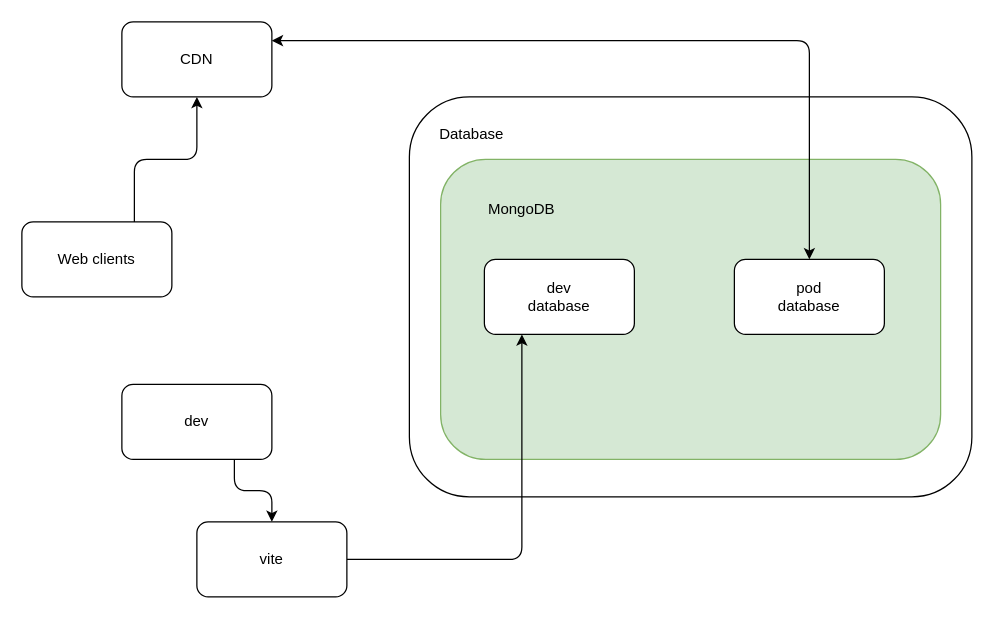
Before: img/architecture.drawio in realgolf/web, a draw.io diagram. Source tidied: cells renumbered, new cells numbered last; positions are measured from the earlier drawing's top-left corner, leaving out a move shared by most shapes. Both pictures are drawn from the tidied source at 125%, with x=0, y=0 at pixel (21, 21).
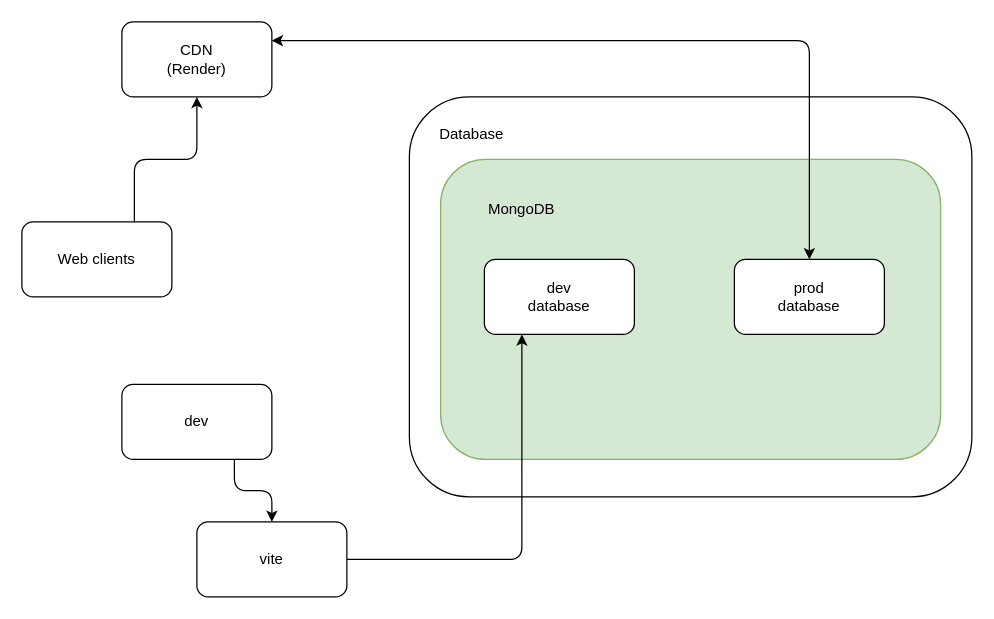
After the change.

The change refers to these unchanged cells:
```xml
<mxCell id="5" style="group;" parent="1" vertex="1">
  <mxGeometry x="80" width="120" height="60" as="geometry" />
</mxCell>
```

The edit, as a diff of the source:
```diff
@@
-    <mxCell id="7" value="CDN" style="text;html=1;strokeColor=none;fillColor=none;align=center;verticalAlign=middle;whiteSpace=wrap;rounded=0;" parent="5" vertex="1">
+    <mxCell id="7" value="CDN (Render)" style="text;html=1;strokeColor=none;fillColor=none;align=center;verticalAlign=middle;whiteSpace=wrap;rounded=0;" parent="5" vertex="1">
       <mxGeometry x="30" y="15" width="60" height="30" as="geometry" />
     </mxCell>
@@
-    <mxCell id="17" value="pod database" style="text;html=1;strokeColor=none;fillColor=none;align=center;verticalAlign=middle;whiteSpace=wrap;rounded=0;" parent="1" vertex="1">
+    <mxCell id="17" value="prod database" style="text;html=1;strokeColor=none;fillColor=none;align=center;verticalAlign=middle;whiteSpace=wrap;rounded=0;" parent="1" vertex="1">
       <mxGeometry x="600" y="205" width="60" height="30" as="geometry" />
     </mxCell>
```
